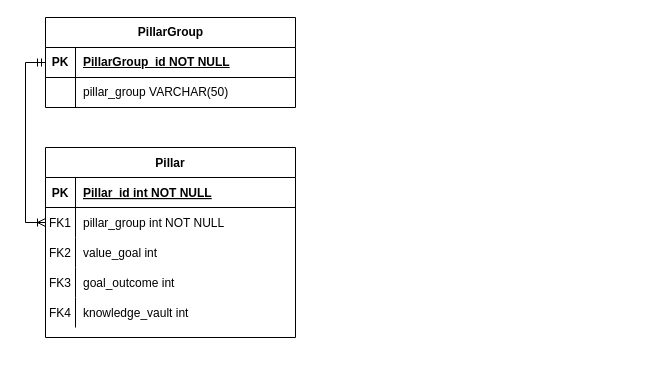
Before: Diagrama_ER.drawio in Jpneira2000/life_os, a draw.io diagram. Source tidied: cells renumbered, new cells numbered last; positions are measured from the earlier drawing's top-left corner, leaving out a move shared by most shapes. Both pictures are drawn from the tidied source at 100%, with x=0, y=0 at pixel (45, 17).
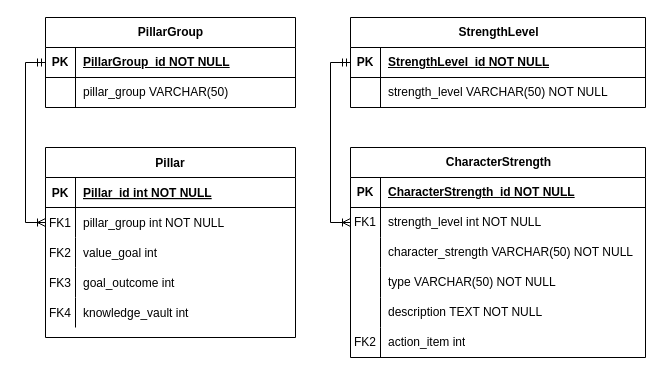
Above is the later version.

Commit message:
CharacterStrengths en diagrama ER

Change to the diagram source:
```diff
@@
+    <mxCell id="26" value="CharacterStrength" style="shape=table;startSize=30;childLayout=tableLayout;rowLines=0;fontStyle=1;align=center;html=1;" parent="1" vertex="1">
+      <mxGeometry x="305" y="130" width="295" height="210" as="geometry" />
+    </mxCell>
+    <mxCell id="27" style="shape=tableRow;horizontal=0;startSize=0;swimlaneHead=0;swimlaneBody=0;fillColor=none;top=0;left=0;right=0;bottom=1;" parent="26" vertex="1">
+      <mxGeometry y="30" width="295" height="30" as="geometry" />
+    </mxCell>
+    <mxCell id="28" value="PK" style="shape=partialRectangle;fillColor=none;top=0;left=0;bottom=0;right=0;fontStyle=1;overflow=hidden;whiteSpace=wrap;html=1;" parent="27" vertex="1">
+      <mxGeometry width="30" height="30" as="geometry" />
+    </mxCell>
+    <mxCell id="29" value="CharacterStrength_id NOT NULL" style="shape=partialRectangle;fillColor=none;top=0;left=0;bottom=0;right=0;align=left;spacingLeft=6;fontStyle=5;overflow=hidden;whiteSpace=wrap;html=1;" parent="27" vertex="1">
+      <mxGeometry x="30" width="265" height="30" as="geometry" />
+    </mxCell>
+    <mxCell id="30" style="shape=tableRow;horizontal=0;startSize=0;swimlaneHead=0;swimlaneBody=0;fillColor=none;points=[[0,0.5],[1,0.5]];portConstraint=eastwest;top=0;left=0;right=0;bottom=0;" parent="26" vertex="1">
+      <mxGeometry y="60" width="295" height="30" as="geometry" />
+    </mxCell>
+    <mxCell id="31" value="FK1" style="shape=partialRectangle;fillColor=none;top=0;left=0;bottom=0;right=0;overflow=hidden;whiteSpace=wrap;html=1;" parent="30" vertex="1">
+      <mxGeometry width="30" height="30" as="geometry" />
+    </mxCell>
+    <mxCell id="32" value="strength_level int NOT NULL" style="shape=partialRectangle;fillColor=none;top=0;left=0;bottom=0;right=0;align=left;spacingLeft=6;overflow=hidden;whiteSpace=wrap;html=1;" parent="30" vertex="1">
+      <mxGeometry x="30" width="265" height="30" as="geometry" />
+    </mxCell>
+    <mxCell id="33" style="shape=tableRow;horizontal=0;startSize=0;swimlaneHead=0;swimlaneBody=0;fillColor=none;top=0;left=0;right=0;bottom=0;" parent="26" vertex="1">
+      <mxGeometry y="90" width="295" height="30" as="geometry" />
+    </mxCell>
+    <mxCell id="34" style="shape=partialRectangle;fillColor=none;top=0;left=0;bottom=0;right=0;overflow=hidden;whiteSpace=wrap;html=1;" parent="33" vertex="1">
+      <mxGeometry width="30" height="30" as="geometry" />
+    </mxCell>
+    <mxCell id="35" value="character_strength VARCHAR(50) NOT NULL" style="shape=partialRectangle;fillColor=none;top=0;left=0;bottom=0;right=0;align=left;spacingLeft=6;overflow=hidden;whiteSpace=wrap;html=1;" parent="33" vertex="1">
+      <mxGeometry x="30" width="265" height="30" as="geometry" />
+    </mxCell>
+    <mxCell id="36" style="shape=tableRow;horizontal=0;startSize=0;swimlaneHead=0;swimlaneBody=0;fillColor=none;top=0;left=0;right=0;bottom=0;" parent="26" vertex="1">
+      <mxGeometry y="120" width="295" height="30" as="geometry" />
+    </mxCell>
+    <mxCell id="37" style="shape=partialRectangle;fillColor=none;top=0;left=0;bottom=0;right=0;overflow=hidden;whiteSpace=wrap;html=1;" parent="36" vertex="1">
+      <mxGeometry width="30" height="30" as="geometry" />
+    </mxCell>
+    <mxCell id="38" value="type VARCHAR(50) NOT NULL" style="shape=partialRectangle;fillColor=none;top=0;left=0;bottom=0;right=0;align=left;spacingLeft=6;overflow=hidden;whiteSpace=wrap;html=1;" parent="36" vertex="1">
+      <mxGeometry x="30" width="265" height="30" as="geometry" />
+    </mxCell>
+    <mxCell id="39" style="shape=tableRow;horizontal=0;startSize=0;swimlaneHead=0;swimlaneBody=0;fillColor=none;top=0;left=0;right=0;bottom=0;" parent="26" vertex="1">
+      <mxGeometry y="150" width="295" height="30" as="geometry" />
+    </mxCell>
+    <mxCell id="40" style="shape=partialRectangle;fillColor=none;top=0;left=0;bottom=0;right=0;overflow=hidden;whiteSpace=wrap;html=1;" parent="39" vertex="1">
+      <mxGeometry width="30" height="30" as="geometry" />
+    </mxCell>
+    <mxCell id="41" value="description TEXT NOT NULL" style="shape=partialRectangle;fillColor=none;top=0;left=0;bottom=0;right=0;align=left;spacingLeft=6;overflow=hidden;whiteSpace=wrap;html=1;" parent="39" vertex="1">
+      <mxGeometry x="30" width="265" height="30" as="geometry" />
+    </mxCell>
+    <mxCell id="42" style="shape=tableRow;horizontal=0;startSize=0;swimlaneHead=0;swimlaneBody=0;fillColor=none;top=0;left=0;right=0;bottom=0;" parent="26" vertex="1">
+      <mxGeometry y="180" width="295" height="30" as="geometry" />
+    </mxCell>
+    <mxCell id="43" value="FK2" style="shape=partialRectangle;fillColor=none;top=0;left=0;bottom=0;right=0;overflow=hidden;whiteSpace=wrap;html=1;" parent="42" vertex="1">
+      <mxGeometry width="30" height="30" as="geometry" />
+    </mxCell>
+    <mxCell id="44" value="action_item int" style="shape=partialRectangle;fillColor=none;top=0;left=0;bottom=0;right=0;align=left;spacingLeft=6;overflow=hidden;whiteSpace=wrap;html=1;" parent="42" vertex="1">
+      <mxGeometry x="30" width="265" height="30" as="geometry" />
+    </mxCell>
+    <mxCell id="45" value="StrengthLevel" style="shape=table;startSize=30;childLayout=tableLayout;rowLines=0;fontStyle=1;align=center;html=1;" parent="1" vertex="1">
+      <mxGeometry x="305" width="295" height="90" as="geometry" />
+    </mxCell>
+    <mxCell id="46" style="shape=tableRow;horizontal=0;startSize=0;swimlaneHead=0;swimlaneBody=0;fillColor=none;points=[[0,0.5],[1,0.5]];portConstraint=eastwest;top=0;left=0;right=0;bottom=1;" parent="45" vertex="1">
+      <mxGeometry y="30" width="295" height="30" as="geometry" />
+    </mxCell>
+    <mxCell id="47" value="PK" style="shape=partialRectangle;fillColor=none;top=0;left=0;bottom=0;right=0;fontStyle=1;overflow=hidden;whiteSpace=wrap;html=1;" parent="46" vertex="1">
+      <mxGeometry width="30" height="30" as="geometry" />
+    </mxCell>
+    <mxCell id="48" value="StrengthLevel_id NOT NULL" style="shape=partialRectangle;fillColor=none;top=0;left=0;bottom=0;right=0;align=left;spacingLeft=6;fontStyle=5;overflow=hidden;whiteSpace=wrap;html=1;" parent="46" vertex="1">
+      <mxGeometry x="30" width="265" height="30" as="geometry" />
+    </mxCell>
+    <mxCell id="49" style="shape=tableRow;horizontal=0;startSize=0;swimlaneHead=0;swimlaneBody=0;fillColor=none;top=0;left=0;right=0;bottom=0;" parent="45" vertex="1">
+      <mxGeometry y="60" width="295" height="30" as="geometry" />
+    </mxCell>
+    <mxCell id="50" style="shape=partialRectangle;fillColor=none;top=0;left=0;bottom=0;right=0;overflow=hidden;whiteSpace=wrap;html=1;" parent="49" vertex="1">
+      <mxGeometry width="30" height="30" as="geometry" />
+    </mxCell>
+    <mxCell id="51" value="strength_level VARCHAR(50) NOT NULL" style="shape=partialRectangle;fillColor=none;top=0;left=0;bottom=0;right=0;align=left;spacingLeft=6;overflow=hidden;whiteSpace=wrap;html=1;" parent="49" vertex="1">
+      <mxGeometry x="30" width="265" height="30" as="geometry" />
+    </mxCell>
+    <mxCell id="52" style="edgeStyle=orthogonalEdgeStyle;rounded=0;jettySize=auto;html=1;exitX=0;exitY=0.5;exitDx=0;exitDy=0;entryX=0;entryY=0.5;entryDx=0;entryDy=0;startArrow=ERmandOne;startFill=0;endArrow=ERoneToMany;endFill=0;" parent="1" edge="1" source="46" target="30">
+      <mxGeometry relative="1" as="geometry" />
+    </mxCell>
```
